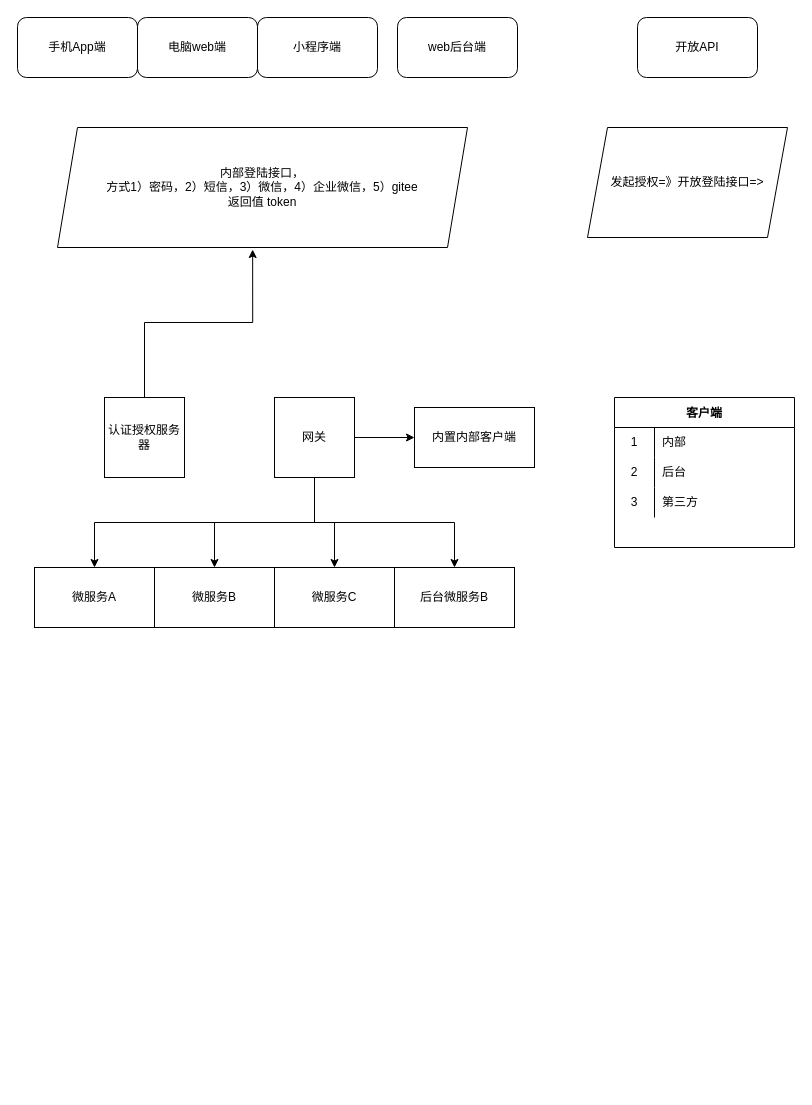
Above: 未命名绘图.drawio in fjx5762/coding-note (draw.io), before the change. Source tidied: cells renumbered, new cells numbered last; positions are measured from the earlier drawing's top-left corner, leaving out a move shared by most shapes. Both pictures are drawn from the tidied source at 100%, with x=0, y=0 at pixel (17, 17).
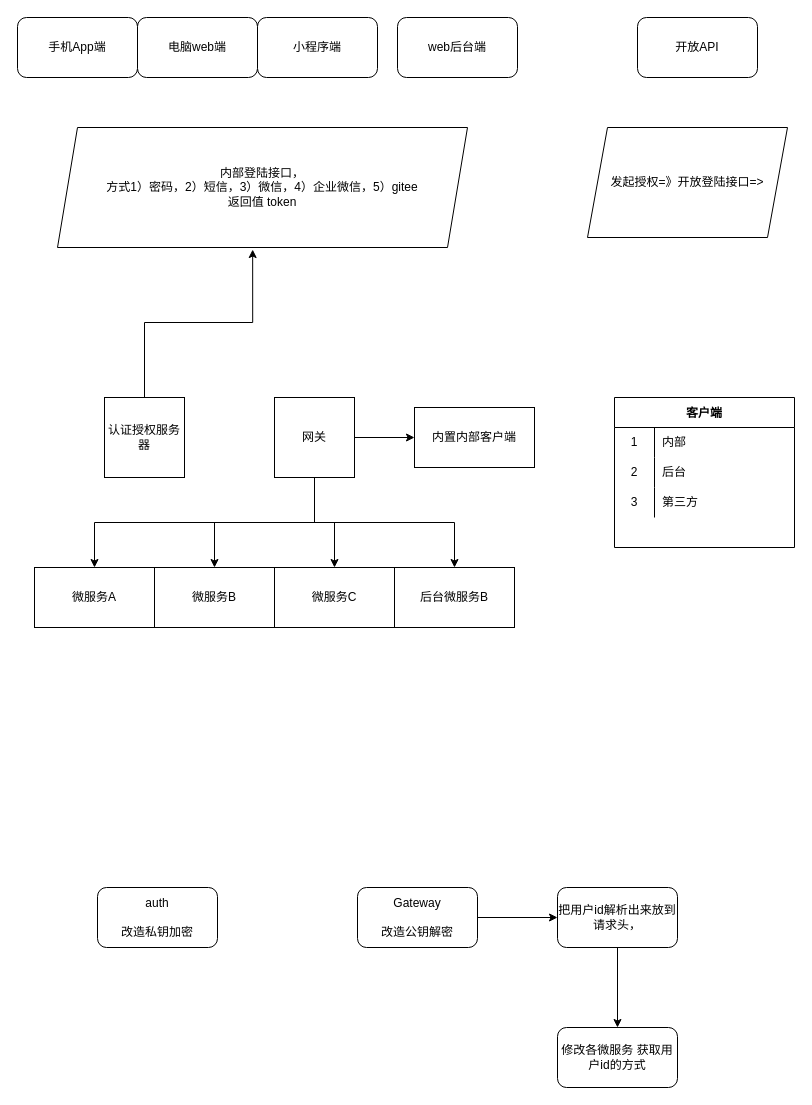
Above is the later version.

Commit message:
更新未命名绘图.drawio

Diff of the diagram source:
```diff
@@
+    <mxCell id="32" value="auth&lt;br&gt;&lt;br&gt;改造私钥加密" style="rounded=1;whiteSpace=wrap;html=1;" parent="1" vertex="1">
+      <mxGeometry x="80" y="870" width="120" height="60" as="geometry" />
+    </mxCell>
+    <mxCell id="33" style="edgeStyle=orthogonalEdgeStyle;rounded=0;jettySize=auto;html=1;" parent="1" edge="1" source="34" target="36">
+      <mxGeometry relative="1" as="geometry" />
+    </mxCell>
+    <mxCell id="34" value="Gateway&lt;br&gt;&lt;br&gt;改造公钥解密" style="rounded=1;whiteSpace=wrap;html=1;" parent="1" vertex="1">
+      <mxGeometry x="340" y="870" width="120" height="60" as="geometry" />
+    </mxCell>
+    <mxCell id="35" style="edgeStyle=orthogonalEdgeStyle;rounded=0;jettySize=auto;html=1;" parent="1" edge="1" source="36" target="37">
+      <mxGeometry relative="1" as="geometry" />
+    </mxCell>
+    <mxCell id="36" value="把用户id解析出来放到请求头，" style="whiteSpace=wrap;html=1;rounded=1;" parent="1" vertex="1">
+      <mxGeometry x="540" y="870" width="120" height="60" as="geometry" />
+    </mxCell>
+    <mxCell id="37" value="修改各微服务 获取用户id的方式" style="whiteSpace=wrap;html=1;rounded=1;" parent="1" vertex="1">
+      <mxGeometry x="540" y="1010" width="120" height="60" as="geometry" />
+    </mxCell>
```
